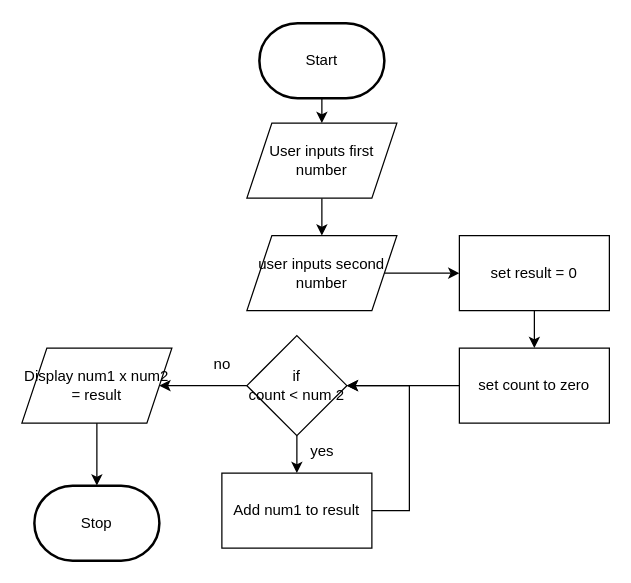
MTHS-ICD2O-1-2024/ICD2O-Unit-5-06-Devin-boucher keeps this draw.io diagram as design/flowchart.drawio. Above is the earlier version. Source tidied: cells renumbered, new cells numbered last; positions are measured from the earlier drawing's top-left corner, leaving out a move shared by most shapes. Both pictures are drawn from the tidied source at 125%, with x=0, y=0 at pixel (21, 22).
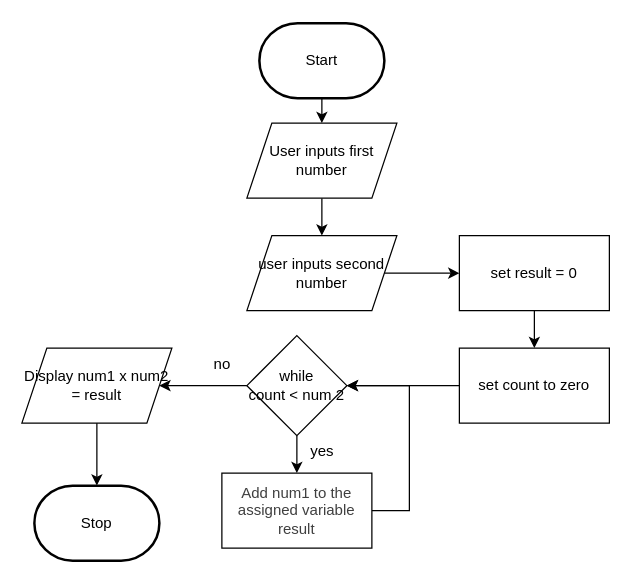
The same diagram, later.

Commit message (it also covers changes not shown here):
made flow chart

Diff of the diagram source:
```diff
@@
-    <mxCell id="15" value="if&lt;div&gt;count &amp;lt; num 2&lt;/div&gt;" style="rhombus;whiteSpace=wrap;html=1;" parent="1" vertex="1">
+    <mxCell id="15" value="&lt;div&gt;while&lt;/div&gt;&lt;div&gt;count &amp;lt; num 2&lt;/div&gt;" style="rhombus;whiteSpace=wrap;html=1;" parent="1" vertex="1">
       <mxGeometry x="180" y="250" width="80" height="80" as="geometry" />
     </mxCell>
@@
-    <mxCell id="18" value="Add num1 to result" style="whiteSpace=wrap;html=1;" parent="1" vertex="1">
+    <mxCell id="18" value="&lt;span style=&quot;background-color: transparent; color: rgb(63, 63, 63);&quot;&gt;Add num1 to the assigned variable result&lt;/span&gt;" style="whiteSpace=wrap;html=1;" parent="1" vertex="1">
       <mxGeometry x="160" y="360" width="120" height="60" as="geometry" />
     </mxCell>
```
